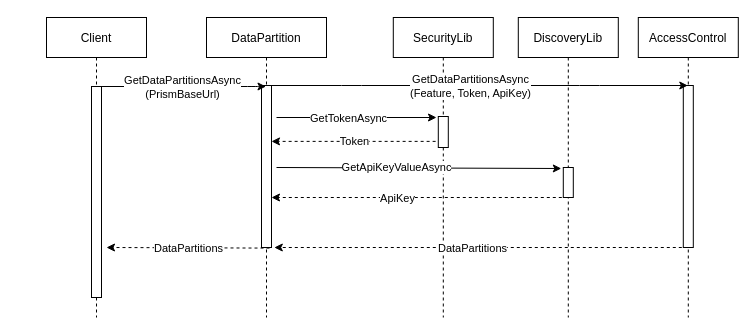
Above: sequence_DataPartition.drawio in YYuan1414/API (draw.io), before the change. Source tidied: cells renumbered, new cells numbered last; positions are measured from the earlier drawing's top-left corner, leaving out a move shared by most shapes. Both pictures are drawn from the tidied source at 100%, with x=0, y=0 at pixel (46, 17).
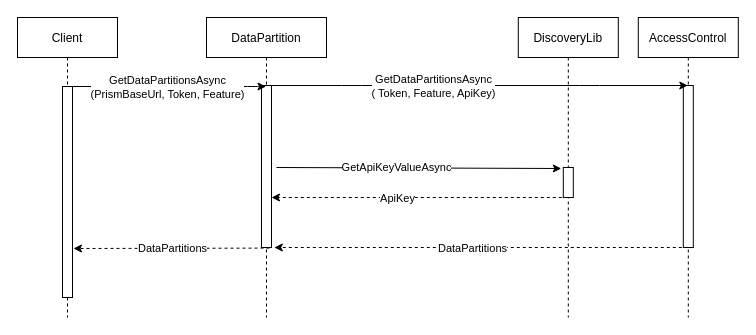
The same diagram, later.

The change refers to these unchanged cells:
```xml
<mxCell id="4" value="DataPartition" style="shape=umlLifeline;perimeter=lifelinePerimeter;rounded=0;shadow=0;strokeWidth=1;" parent="1" vertex="1">
  <mxGeometry x="160" width="120" height="300" as="geometry" />
</mxCell>
<mxCell id="5" style="points=[];perimeter=orthogonalPerimeter;rounded=0;shadow=0;strokeWidth=1;" parent="4" vertex="1">
  <mxGeometry x="55" y="68" width="10" height="162" as="geometry" />
</mxCell>
<mxCell id="22" style="endArrow=classic;html=1;" parent="1" edge="1" source="4" target="20">
  <mxGeometry relative="1" as="geometry">
    <Array as="points">
      <mxPoint x="305" y="68" />
      <mxPoint x="543" y="68" />
    </Array>
  </mxGeometry>
</mxCell>
```

Diff of the diagram source:
```diff
@@
     <mxCell id="2" value="Client" style="shape=umlLifeline;perimeter=lifelinePerimeter;rounded=0;shadow=0;strokeWidth=1;" parent="1" vertex="1">
-      <mxGeometry width="100" height="300" as="geometry" />
+      <mxGeometry x="-29" width="100" height="300" as="geometry" />
     </mxCell>
@@
-    <mxCell id="6" value="SecurityLib" style="shape=umlLifeline;perimeter=lifelinePerimeter;rounded=0;shadow=0;strokeWidth=1;" parent="1" vertex="1">
-      <mxGeometry x="346.8" width="100" height="300" as="geometry" />
-    </mxCell>
-    <mxCell id="7" style="points=[];perimeter=orthogonalPerimeter;rounded=0;shadow=0;strokeWidth=1;" parent="6" vertex="1">
-      <mxGeometry x="45" y="99" width="10" height="31" as="geometry" />
-    </mxCell>
@@
-    <mxCell id="10" style="endArrow=classic;html=1;" parent="1" edge="1">
-      <mxGeometry relative="1" as="geometry">
-        <mxPoint x="230" y="100" as="sourcePoint" />
-        <mxPoint x="390" y="100" as="targetPoint" />
-      </mxGeometry>
-    </mxCell>
-    <mxCell id="11" value="GetTokenAsync" style="edgeLabel;html=1;align=center;verticalAlign=middle;" parent="10" vertex="1">
-      <mxGeometry relative="1" as="geometry">
-        <mxPoint x="-8.3" as="offset" />
-      </mxGeometry>
-    </mxCell>
@@
-    <mxCell id="16" style="endArrow=classic;html=1;dashed=1;exitX=-0.267;exitY=0.803;exitDx=0;exitDy=0;exitPerimeter=0;" parent="1" edge="1" source="7" target="5">
-      <mxGeometry relative="1" as="geometry" />
-    </mxCell>
-    <mxCell id="17" value="Token" style="edgeLabel;html=1;align=center;verticalAlign=middle;" parent="16" vertex="1">
-      <mxGeometry relative="1" as="geometry" />
-    </mxCell>
     <mxCell id="18" style="endArrow=classic;html=1;dashed=1;" parent="1" edge="1">
       <mxGeometry relative="1" as="geometry">
         <mxPoint x="223" y="230.6" as="sourcePoint" />
-        <mxPoint x="60" y="230" as="targetPoint" />
+        <mxPoint x="27" y="231" as="targetPoint" />
       </mxGeometry>
     </mxCell>
@@
-    <mxCell id="23" value="GetDataPartitionsAsync&lt;br&gt;(Feature, Token, ApiKey)" style="edgeLabel;html=1;align=center;verticalAlign=middle;" parent="22" vertex="1">
+    <mxCell id="23" value="GetDataPartitionsAsync&lt;br&gt;( Token, Feature, ApiKey)" style="edgeLabel;html=1;align=center;verticalAlign=middle;" parent="22" vertex="1">
       <mxGeometry relative="1" as="geometry">
-        <mxPoint x="-7.5" as="offset" />
+        <mxPoint x="-44.5" as="offset" />
       </mxGeometry>
     </mxCell>
@@
-    <mxCell id="26" style="endArrow=classic;html=1;" parent="1" edge="1" target="4">
+    <mxCell id="26" style="endArrow=classic;html=1;" parent="1" edge="1" source="2" target="4">
       <mxGeometry relative="1" as="geometry">
-        <mxPoint x="50" y="69" as="sourcePoint" />
         <Array as="points">
           <mxPoint x="211" y="69" />
         </Array>
       </mxGeometry>
     </mxCell>
-    <mxCell id="27" value="GetDataPartitionsAsync&lt;br&gt;(PrismBaseUrl)" style="edgeLabel;html=1;align=center;verticalAlign=middle;" parent="26" vertex="1">
+    <mxCell id="27" value="GetDataPartitionsAsync&lt;br&gt;(PrismBaseUrl, Token, Feature)" style="edgeLabel;html=1;align=center;verticalAlign=middle;" parent="26" vertex="1">
       <mxGeometry relative="1" as="geometry" />
     </mxCell>
```
